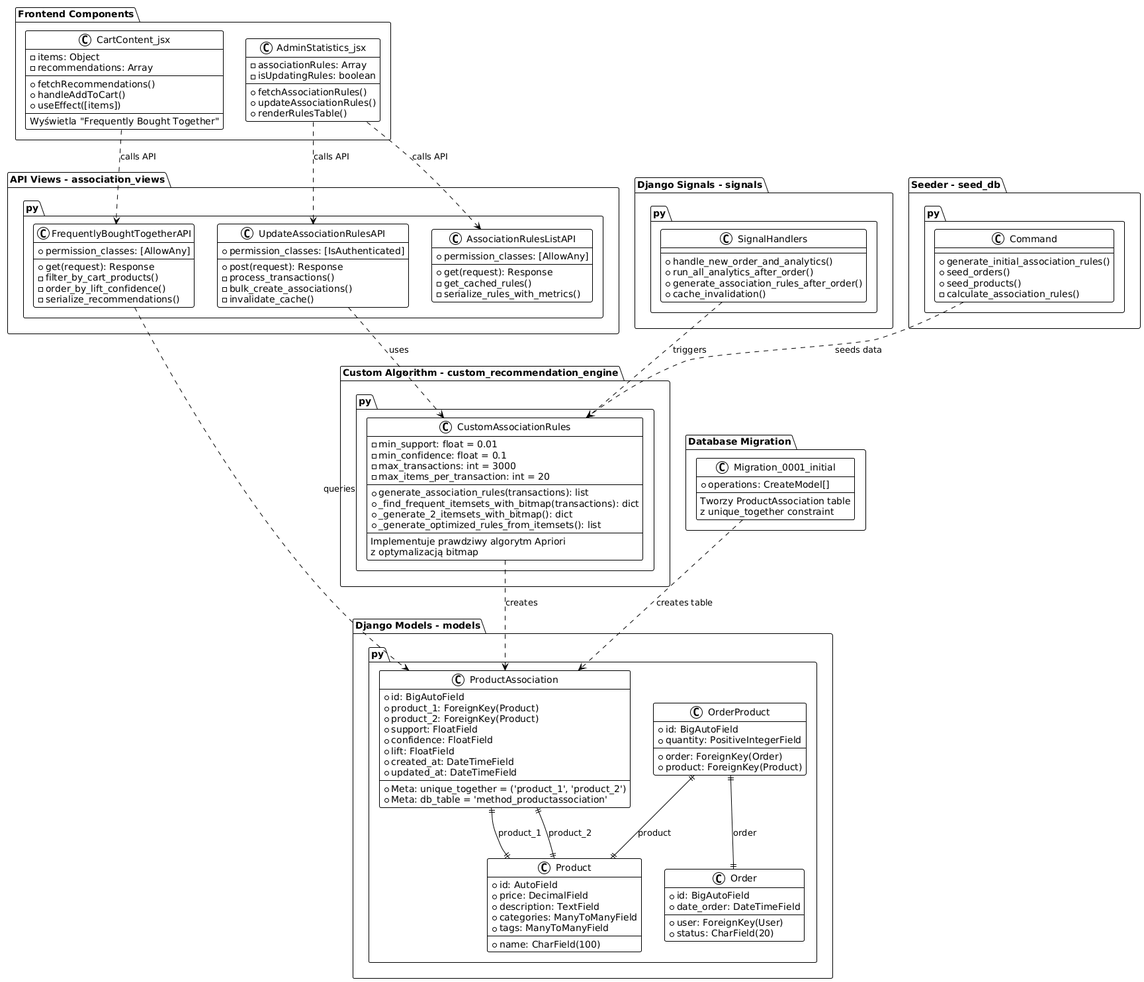
dawidolko/SmartRecommender-Project-Django-React keeps this PlantUML diagram as .diagrams/association_rules/Class.png. Above is the earlier version.
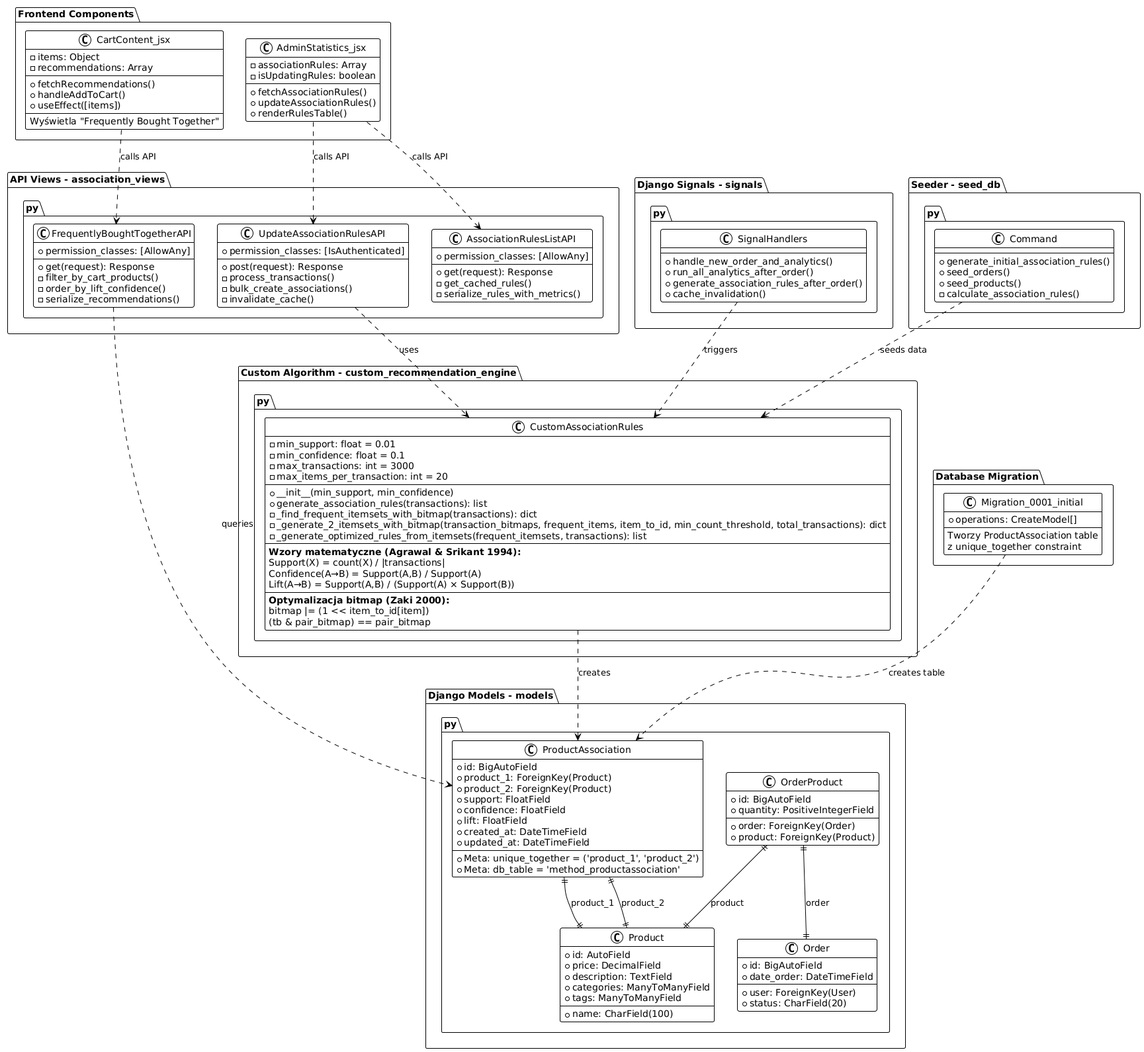
Later version of the same file.

Diff of the diagram source:
```diff
@@ -49,13 +49,20 @@
     -max_transactions: int = 3000
     -max_items_per_transaction: int = 20
     --
+    +__init__(min_support, min_confidence)
     +generate_association_rules(transactions): list
-    +_find_frequent_itemsets_with_bitmap(transactions): dict
-    +_generate_2_itemsets_with_bitmap(): dict
-    +_generate_optimized_rules_from_itemsets(): list
+    -_find_frequent_itemsets_with_bitmap(transactions): dict
+    -_generate_2_itemsets_with_bitmap(transaction_bitmaps, frequent_items, item_to_id, min_count_threshold, total_transactions): dict
+    -_generate_optimized_rules_from_itemsets(frequent_itemsets, transactions): list
     --
-    Implementuje prawdziwy algorytm Apriori
-    z optymalizacją bitmap
+    **Wzory matematyczne (Agrawal & Srikant 1994):**
+    Support(X) = count(X) / |transactions|
+    Confidence(A→B) = Support(A,B) / Support(A)
+    Lift(A→B) = Support(A,B) / (Support(A) × Support(B))
+    --
+    **Optymalizacja bitmap (Zaki 2000):**
+    bitmap |= (1 << item_to_id[item])
+    (tb & pair_bitmap) == pair_bitmap
   }
 }
 
```
